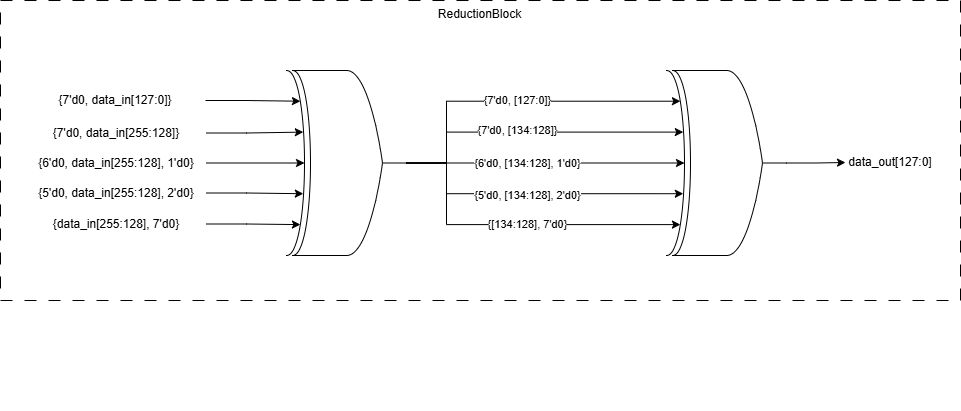
Earlier version of the draw.io export Quang Long/_media/Module X128 ReductionBlock low level.png (LQLManZz/AES128-Verilog). Source tidied: cells renumbered, new cells last; positions are measured from the earlier drawing's top-left corner, leaving out a move shared by most shapes.
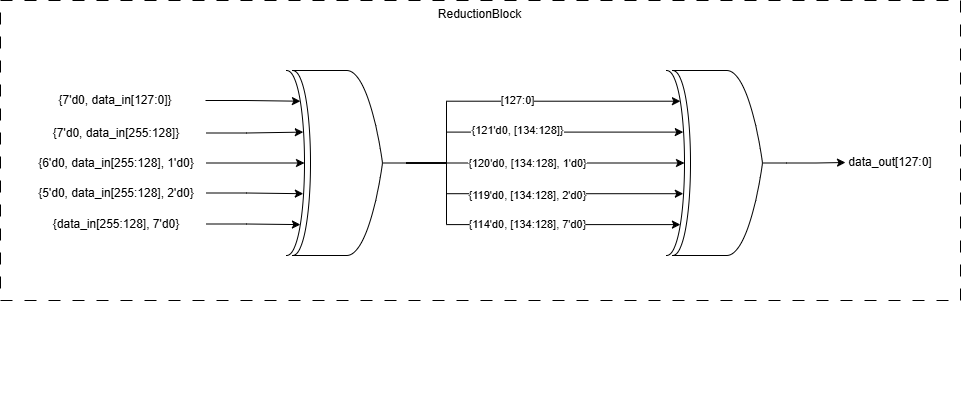
The same file after the commit.

The edit, as a diff of the source:
```diff
@@ -56,7 +56,7 @@
     <mxCell id="19" style="edgeStyle=orthogonalEdgeStyle;rounded=0;jettySize=auto;html=1;exitX=1;exitY=0.5;exitDx=0;exitDy=0;exitPerimeter=0;entryX=0.15;entryY=0.5;entryDx=0;entryDy=0;entryPerimeter=0;" parent="5" edge="1" source="6" target="18">
       <mxGeometry relative="1" as="geometry" />
     </mxCell>
-    <mxCell id="20" value="{6'd0, [134:128], 1'd0}" style="edgeLabel;html=1;align=center;verticalAlign=middle;" parent="19" vertex="1">
+    <mxCell id="20" value="{120'd0, [134:128], 1'd0}" style="edgeLabel;html=1;align=center;verticalAlign=middle;" parent="19" vertex="1">
       <mxGeometry x="-0.46" y="-2" relative="1" as="geometry">
         <mxPoint x="45" y="-2" as="offset" />
       </mxGeometry>
@@ -69,7 +69,7 @@
         </Array>
       </mxGeometry>
     </mxCell>
-    <mxCell id="22" value="{7'd0, [134:128]}" style="edgeLabel;html=1;align=center;verticalAlign=middle;" parent="21" vertex="1">
+    <mxCell id="22" value="{121'd0, [134:128]}" style="edgeLabel;html=1;align=center;verticalAlign=middle;" parent="21" vertex="1">
       <mxGeometry x="-0.26" relative="1" as="geometry">
         <mxPoint x="27" y="-2" as="offset" />
       </mxGeometry>
@@ -82,7 +82,7 @@
         </Array>
       </mxGeometry>
     </mxCell>
-    <mxCell id="24" value="{5'd0, [134:128], 2'd0}" style="edgeLabel;html=1;align=center;verticalAlign=middle;" parent="23" vertex="1">
+    <mxCell id="24" value="{119'd0, [134:128], 2'd0}" style="edgeLabel;html=1;align=center;verticalAlign=middle;" parent="23" vertex="1">
       <mxGeometry x="-0.25" y="-1" relative="1" as="geometry">
         <mxPoint x="36" as="offset" />
       </mxGeometry>
@@ -95,7 +95,7 @@
         </Array>
       </mxGeometry>
     </mxCell>
-    <mxCell id="26" value="{7'd0, [127:0]}" style="edgeLabel;html=1;align=center;verticalAlign=middle;" parent="25" vertex="1">
+    <mxCell id="26" value="[127:0]" style="edgeLabel;html=1;align=center;verticalAlign=middle;" parent="25" vertex="1">
       <mxGeometry x="-0.1" relative="1" as="geometry">
         <mxPoint x="21" y="-1" as="offset" />
       </mxGeometry>
@@ -108,7 +108,7 @@
         </Array>
       </mxGeometry>
     </mxCell>
-    <mxCell id="28" value="{[134:128], 7'd0}" style="edgeLabel;html=1;align=center;verticalAlign=middle;" parent="27" vertex="1">
+    <mxCell id="28" value="{114'd0, [134:128], 7'd0}" style="edgeLabel;html=1;align=center;verticalAlign=middle;" parent="27" vertex="1">
       <mxGeometry x="-0.11" y="-1" relative="1" as="geometry">
         <mxPoint x="33" y="-2" as="offset" />
       </mxGeometry>
```
